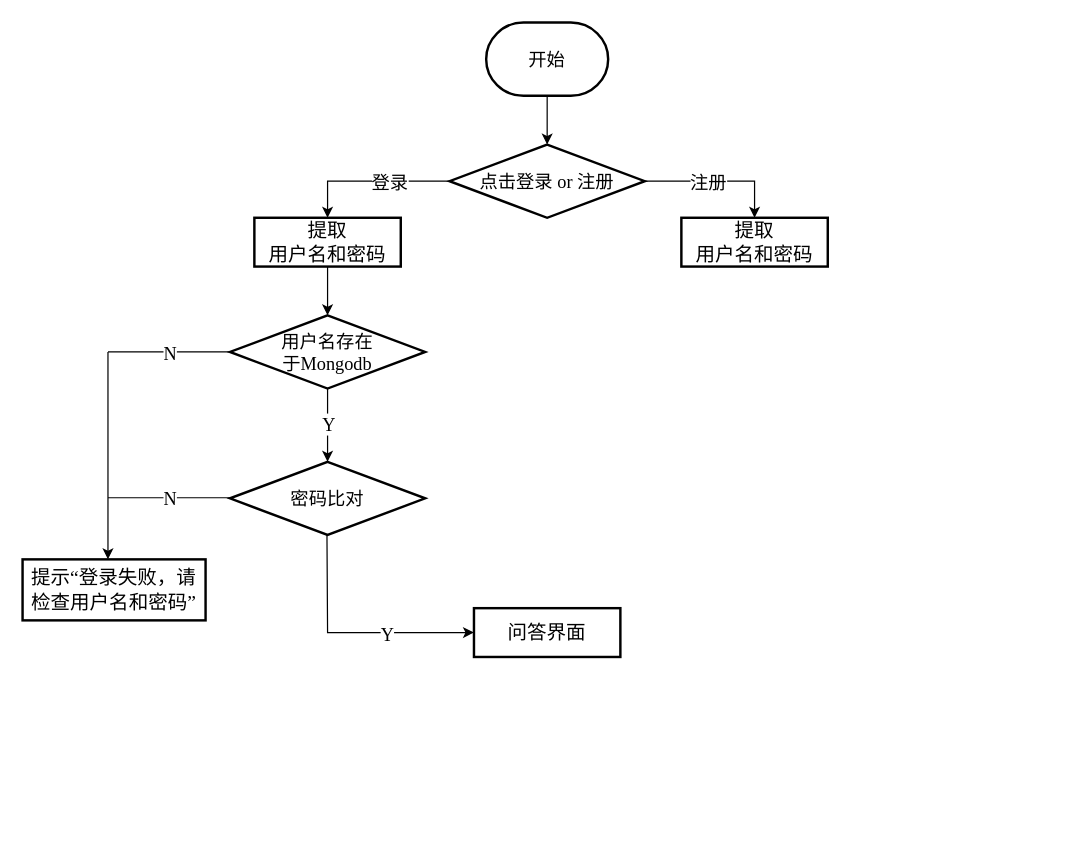
Earlier version of the draw.io diagram 登录界面.drawio (sjgcsf/software_engineering). Source tidied: cells renumbered, new cells numbered last; positions are measured from the earlier drawing's top-left corner, leaving out a move shared by most shapes. Both pictures are drawn from the tidied source at 122%, with x=0, y=0 at pixel (22, 22).
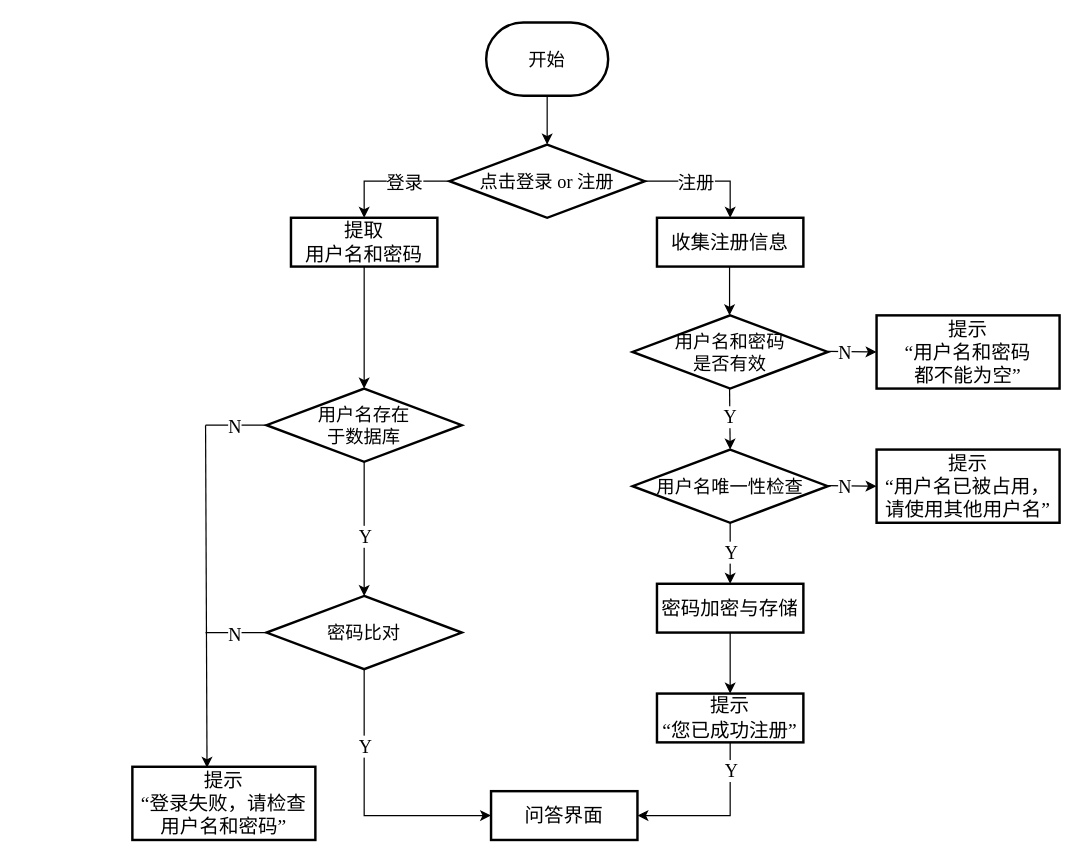
The same page after the edit.

Commit message (it also covers changes not shown here):
更新登录界面.drawio

Unchanged cells that the change refers to:
```xml
<mxCell id="3" value="&lt;font face=&quot;Times New Roman&quot; style=&quot;font-size: 15px;&quot;&gt;点击登录 or 注册&lt;/font&gt;" style="strokeWidth=2;html=1;shape=mxgraph.flowchart.decision;whiteSpace=wrap;strokeColor=default;align=center;verticalAlign=middle;fontFamily=Helvetica;fontSize=12;fontColor=default;fillColor=default;" parent="1" vertex="1">
  <mxGeometry x="350" y="100" width="160" height="60" as="geometry" />
</mxCell>
```

Change to the diagram source:
```diff
@@
-    <mxCell id="5" style="endArrow=classic;html=1;rounded=0;exitX=0;exitY=0.5;exitDx=0;exitDy=0;exitPerimeter=0;" parent="1" edge="1" source="3">
+    <mxCell id="5" style="endArrow=classic;html=1;rounded=0;" parent="1" edge="1">
       <mxGeometry relative="1" as="geometry">
-        <mxPoint x="250" y="160" as="targetPoint" />
+        <mxPoint x="350" y="130" as="sourcePoint" />
+        <mxPoint x="280" y="160" as="targetPoint" />
         <Array as="points">
-          <mxPoint x="250" y="130" />
+          <mxPoint x="280" y="130" />
         </Array>
       </mxGeometry>
     </mxCell>
@@
-    <mxCell id="7" style="endArrow=classic;html=1;rounded=0;exitX=1;exitY=0.5;exitDx=0;exitDy=0;exitPerimeter=0;" parent="1" edge="1" source="3">
+    <mxCell id="7" style="endArrow=classic;html=1;rounded=0;exitX=1;exitY=0.5;exitDx=0;exitDy=0;exitPerimeter=0;entryX=0.5;entryY=0;entryDx=0;entryDy=0;" parent="1" edge="1" source="3" target="10">
       <mxGeometry relative="1" as="geometry">
-        <mxPoint x="600" y="160" as="targetPoint" />
         <Array as="points">
-          <mxPoint x="600" y="130" />
+          <mxPoint x="580" y="130" />
         </Array>
       </mxGeometry>
     </mxCell>
     <mxCell id="8" value="&lt;font face=&quot;Times New Roman&quot; style=&quot;font-size: 15px;&quot;&gt;注册&lt;/font&gt;" style="edgeLabel;html=1;align=center;verticalAlign=middle;" parent="7" vertex="1">
       <mxGeometry x="-0.15" y="2" relative="1" as="geometry">
-        <mxPoint y="2" as="offset" />
+        <mxPoint x="-2" y="2" as="offset" />
       </mxGeometry>
     </mxCell>
     <mxCell id="9" value="&lt;font face=&quot;Times New Roman&quot; style=&quot;font-size: 16px;&quot;&gt;提取&lt;/font&gt;&lt;div&gt;&lt;font face=&quot;Times New Roman&quot; style=&quot;font-size: 16px;&quot;&gt;用户名和密码&lt;/font&gt;&lt;/div&gt;" style="rounded=0;whiteSpace=wrap;html=1;strokeColor=default;strokeWidth=2;align=center;verticalAlign=middle;fontFamily=Helvetica;fontSize=12;fontColor=default;fillColor=default;" parent="1" vertex="1">
-      <mxGeometry x="190" y="160" width="120" height="40" as="geometry" />
+      <mxGeometry x="220" y="160" width="120" height="40" as="geometry" />
     </mxCell>
-    <mxCell id="10" value="&lt;font face=&quot;Times New Roman&quot; style=&quot;font-size: 16px;&quot;&gt;提取&lt;/font&gt;&lt;div&gt;&lt;font face=&quot;Times New Roman&quot; style=&quot;font-size: 16px;&quot;&gt;用户名和密码&lt;/font&gt;&lt;/div&gt;" style="rounded=0;whiteSpace=wrap;html=1;strokeColor=default;strokeWidth=2;align=center;verticalAlign=middle;fontFamily=Helvetica;fontSize=12;fontColor=default;fillColor=default;" parent="1" vertex="1">
-      <mxGeometry x="540" y="160" width="120" height="40" as="geometry" />
+    <mxCell id="10" value="&lt;font face=&quot;Times New Roman&quot;&gt;&lt;span style=&quot;font-size: 16px;&quot;&gt;收集注册信息&lt;/span&gt;&lt;/font&gt;" style="rounded=0;whiteSpace=wrap;html=1;strokeColor=default;strokeWidth=2;align=center;verticalAlign=middle;fontFamily=Helvetica;fontSize=12;fontColor=default;fillColor=default;" parent="1" vertex="1">
+      <mxGeometry x="520" y="160" width="120" height="40" as="geometry" />
     </mxCell>
-    <mxCell id="11" value="&lt;font face=&quot;Times New Roman&quot;&gt;&lt;span style=&quot;font-size: 15px;&quot;&gt;用户名存在&lt;/span&gt;&lt;/font&gt;&lt;div&gt;&lt;font face=&quot;Times New Roman&quot;&gt;&lt;span style=&quot;font-size: 15px;&quot;&gt;于Mongodb&lt;/span&gt;&lt;/font&gt;&lt;br&gt;&lt;/div&gt;" style="strokeWidth=2;html=1;shape=mxgraph.flowchart.decision;whiteSpace=wrap;strokeColor=default;align=center;verticalAlign=middle;fontFamily=Helvetica;fontSize=12;fontColor=default;fillColor=default;" parent="1" vertex="1">
-      <mxGeometry x="170" y="240" width="160" height="60" as="geometry" />
+    <mxCell id="11" value="&lt;font face=&quot;Times New Roman&quot;&gt;&lt;span style=&quot;font-size: 15px;&quot;&gt;用户名存在&lt;/span&gt;&lt;/font&gt;&lt;div&gt;&lt;font face=&quot;Times New Roman&quot;&gt;&lt;span style=&quot;font-size: 15px;&quot;&gt;于数据库&lt;/span&gt;&lt;/font&gt;&lt;br&gt;&lt;/div&gt;" style="strokeWidth=2;html=1;shape=mxgraph.flowchart.decision;whiteSpace=wrap;strokeColor=default;align=center;verticalAlign=middle;fontFamily=Helvetica;fontSize=12;fontColor=default;fillColor=default;" parent="1" vertex="1">
+      <mxGeometry x="200" y="300" width="160" height="60" as="geometry" />
     </mxCell>
@@
     <mxCell id="13" style="endArrow=classic;html=1;rounded=0;exitX=0.5;exitY=1;exitDx=0;exitDy=0;exitPerimeter=0;" parent="1" edge="1" source="11">
       <mxGeometry relative="1" as="geometry">
-        <mxPoint x="250" y="360" as="targetPoint" />
+        <mxPoint x="280" y="360" as="targetPoint" />
       </mxGeometry>
     </mxCell>
-    <mxCell id="14" value="&lt;font face=&quot;Times New Roman&quot; style=&quot;font-size: 15px;&quot;&gt;Y&lt;/font&gt;" style="edgeLabel;html=1;align=center;verticalAlign=middle;" parent="13" vertex="1">
-      <mxGeometry x="-0.08" relative="1" as="geometry" />
-    </mxCell>
-    <mxCell id="15" style="endArrow=none;html=1;rounded=0;exitX=0;exitY=0.5;exitDx=0;exitDy=0;exitPerimeter=0;endFill=0;" parent="1" edge="1" source="11">
+    <mxCell id="15" style="endArrow=none;html=1;rounded=0;endFill=0;" parent="1" edge="1">
       <mxGeometry relative="1" as="geometry">
-        <mxPoint x="70" y="270" as="targetPoint" />
+        <mxPoint x="200" y="330" as="sourcePoint" />
+        <mxPoint x="150" y="330" as="targetPoint" />
       </mxGeometry>
     </mxCell>
@@
-    <mxCell id="17" value="&lt;div&gt;&lt;font face=&quot;Times New Roman&quot;&gt;&lt;span style=&quot;font-size: 15px;&quot;&gt;密码比对&lt;/span&gt;&lt;/font&gt;&lt;br&gt;&lt;/div&gt;" style="strokeWidth=2;html=1;shape=mxgraph.flowchart.decision;whiteSpace=wrap;strokeColor=default;align=center;verticalAlign=middle;fontFamily=Helvetica;fontSize=12;fontColor=default;fillColor=default;" parent="1" vertex="1">
-      <mxGeometry x="170" y="360" width="160" height="60" as="geometry" />
-    </mxCell>
-    <mxCell id="18" style="endArrow=classic;html=1;rounded=0;exitX=0.5;exitY=1;exitDx=0;exitDy=0;exitPerimeter=0;entryX=0;entryY=0.5;entryDx=0;entryDy=0;" parent="1" edge="1" target="20">
+    <mxCell id="18" style="endArrow=classic;html=1;rounded=0;exitX=0.5;exitY=1;exitDx=0;exitDy=0;exitPerimeter=0;entryX=0;entryY=0.5;entryDx=0;entryDy=0;" parent="1" edge="1" source="17" target="20">
       <mxGeometry relative="1" as="geometry">
-        <mxPoint x="249.5" y="420" as="sourcePoint" />
         <Array as="points">
-          <mxPoint x="250" y="500" />
+          <mxPoint x="280" y="650" />
         </Array>
       </mxGeometry>
     </mxCell>
-    <mxCell id="19" value="&lt;font face=&quot;Times New Roman&quot; style=&quot;font-size: 15px;&quot;&gt;Y&lt;/font&gt;" style="edgeLabel;html=1;align=center;verticalAlign=middle;" parent="18" vertex="1">
-      <mxGeometry x="-0.08" relative="1" as="geometry">
-        <mxPoint x="37" as="offset" />
-      </mxGeometry>
-    </mxCell>
+    <mxCell id="25" value="&lt;font face=&quot;Times New Roman&quot; style=&quot;font-size: 15px;&quot;&gt;Y&lt;/font&gt;" style="edgeLabel;html=1;align=center;verticalAlign=middle;" parent="18" vertex="1">
+      <mxGeometry x="-0.44" y="-1" relative="1" as="geometry">
+        <mxPoint x="1" y="-1" as="offset" />
+      </mxGeometry>
+    </mxCell>
     <mxCell id="20" value="&lt;font face=&quot;Times New Roman&quot;&gt;&lt;span style=&quot;font-size: 16px;&quot;&gt;问答界面&lt;/span&gt;&lt;/font&gt;" style="rounded=0;whiteSpace=wrap;html=1;strokeColor=default;strokeWidth=2;align=center;verticalAlign=middle;fontFamily=Helvetica;fontSize=12;fontColor=default;fillColor=default;" parent="1" vertex="1">
-      <mxGeometry x="370" y="480" width="120" height="40" as="geometry" />
+      <mxGeometry x="384" y="630" width="120" height="40" as="geometry" />
     </mxCell>
-    <mxCell id="21" style="endArrow=none;html=1;rounded=0;exitX=0;exitY=0.5;exitDx=0;exitDy=0;exitPerimeter=0;endFill=0;" parent="1" edge="1">
+    <mxCell id="21" style="endArrow=none;html=1;rounded=0;exitX=0;exitY=0.5;exitDx=0;exitDy=0;exitPerimeter=0;endFill=0;" parent="1" edge="1" source="17">
       <mxGeometry relative="1" as="geometry">
-        <mxPoint x="170" y="389.5" as="sourcePoint" />
-        <mxPoint x="70" y="389.5" as="targetPoint" />
+        <mxPoint x="150" y="500" as="targetPoint" />
       </mxGeometry>
     </mxCell>
@@
-    <mxCell id="23" value="&lt;font face=&quot;Times New Roman&quot;&gt;&lt;span style=&quot;font-size: 16px;&quot;&gt;提示“登录失败，请检查用户名和密码”&lt;/span&gt;&lt;/font&gt;" style="rounded=0;whiteSpace=wrap;html=1;strokeColor=default;strokeWidth=2;align=center;verticalAlign=middle;fontFamily=Helvetica;fontSize=12;fontColor=default;fillColor=default;" parent="1" vertex="1">
-      <mxGeometry y="440" width="150" height="50" as="geometry" />
+    <mxCell id="23" value="&lt;font face=&quot;Times New Roman&quot;&gt;&lt;span style=&quot;font-size: 16px;&quot;&gt;提示&lt;/span&gt;&lt;/font&gt;&lt;div&gt;&lt;font face=&quot;Times New Roman&quot;&gt;&lt;span style=&quot;font-size: 16px;&quot;&gt;“登录失败，&lt;/span&gt;&lt;/font&gt;&lt;span style=&quot;font-size: 16px; font-family: &amp;quot;Times New Roman&amp;quot;; background-color: initial;&quot;&gt;请检查用户名和密码”&lt;/span&gt;&lt;/div&gt;" style="rounded=0;whiteSpace=wrap;html=1;strokeColor=default;strokeWidth=2;align=center;verticalAlign=middle;fontFamily=Helvetica;fontSize=12;fontColor=default;fillColor=default;" parent="1" vertex="1">
+      <mxGeometry x="90" y="610" width="150" height="60" as="geometry" />
     </mxCell>
-    <mxCell id="24" style="endArrow=classic;html=1;rounded=0;" parent="1" edge="1">
-      <mxGeometry relative="1" as="geometry">
-        <mxPoint x="70" y="270" as="sourcePoint" />
-        <mxPoint x="70" y="440" as="targetPoint" />
-      </mxGeometry>
-    </mxCell>
+    <mxCell id="26" value="&lt;div&gt;&lt;font face=&quot;Times New Roman&quot;&gt;&lt;span style=&quot;font-size: 15px;&quot;&gt;用户名和密码&lt;/span&gt;&lt;/font&gt;&lt;/div&gt;&lt;div&gt;&lt;font face=&quot;Times New Roman&quot;&gt;&lt;span style=&quot;font-size: 15px;&quot;&gt;是否有效&lt;/span&gt;&lt;/font&gt;&lt;br&gt;&lt;/div&gt;" style="strokeWidth=2;html=1;shape=mxgraph.flowchart.decision;whiteSpace=wrap;strokeColor=default;align=center;verticalAlign=middle;fontFamily=Helvetica;fontSize=12;fontColor=default;fillColor=default;" parent="1" vertex="1">
+      <mxGeometry x="500" y="240" width="160" height="60" as="geometry" />
+    </mxCell>
+    <mxCell id="27" style="endArrow=classic;html=1;rounded=0;exitX=0.5;exitY=1;exitDx=0;exitDy=0;entryX=0.5;entryY=0;entryDx=0;entryDy=0;entryPerimeter=0;" parent="1" edge="1">
+      <mxGeometry relative="1" as="geometry">
+        <mxPoint x="579.5" y="200" as="sourcePoint" />
+        <mxPoint x="579.5" y="240" as="targetPoint" />
+      </mxGeometry>
+    </mxCell>
+    <mxCell id="28" style="endArrow=classic;html=1;rounded=0;exitX=0.5;exitY=1;exitDx=0;exitDy=0;exitPerimeter=0;entryX=0.5;entryY=0;entryDx=0;entryDy=0;entryPerimeter=0;" parent="1" edge="1" target="32">
+      <mxGeometry relative="1" as="geometry">
+        <mxPoint x="579.5" y="300" as="sourcePoint" />
+      </mxGeometry>
+    </mxCell>
+    <mxCell id="29" value="&lt;font face=&quot;Times New Roman&quot; style=&quot;font-size: 15px;&quot;&gt;Y&lt;/font&gt;" style="edgeLabel;html=1;align=center;verticalAlign=middle;" parent="28" vertex="1">
+      <mxGeometry x="-0.08" relative="1" as="geometry" />
+    </mxCell>
+    <mxCell id="30" style="endArrow=classic;html=1;rounded=0;exitX=0;exitY=0.5;exitDx=0;exitDy=0;exitPerimeter=0;endFill=1;entryX=0;entryY=0.5;entryDx=0;entryDy=0;" parent="1" edge="1" target="44">
+      <mxGeometry relative="1" as="geometry">
+        <mxPoint x="660" y="269.5" as="sourcePoint" />
+      </mxGeometry>
+    </mxCell>
+    <mxCell id="31" value="&lt;font face=&quot;Times New Roman&quot; style=&quot;font-size: 15px;&quot;&gt;N&lt;/font&gt;" style="edgeLabel;html=1;align=center;verticalAlign=middle;" parent="30" vertex="1">
+      <mxGeometry x="-0.08" relative="1" as="geometry">
+        <mxPoint x="-4" as="offset" />
+      </mxGeometry>
+    </mxCell>
+    <mxCell id="32" value="&lt;div&gt;&lt;font face=&quot;Times New Roman&quot;&gt;&lt;span style=&quot;font-size: 15px;&quot;&gt;用户名唯一性检查&lt;/span&gt;&lt;/font&gt;&lt;br&gt;&lt;/div&gt;" style="strokeWidth=2;html=1;shape=mxgraph.flowchart.decision;whiteSpace=wrap;strokeColor=default;align=center;verticalAlign=middle;fontFamily=Helvetica;fontSize=12;fontColor=default;fillColor=default;" parent="1" vertex="1">
+      <mxGeometry x="500" y="350" width="160" height="60" as="geometry" />
+    </mxCell>
+    <mxCell id="33" style="endArrow=classic;html=1;rounded=0;exitX=0.5;exitY=1;exitDx=0;exitDy=0;exitPerimeter=0;entryX=0.5;entryY=0;entryDx=0;entryDy=0;" parent="1" edge="1" source="32" target="37">
+      <mxGeometry relative="1" as="geometry" />
+    </mxCell>
+    <mxCell id="34" value="&lt;font face=&quot;Times New Roman&quot; style=&quot;font-size: 15px;&quot;&gt;Y&lt;/font&gt;" style="edgeLabel;html=1;align=center;verticalAlign=middle;" parent="33" vertex="1">
+      <mxGeometry x="-0.08" relative="1" as="geometry" />
+    </mxCell>
+    <mxCell id="35" style="endArrow=classic;html=1;rounded=0;exitX=0;exitY=0.5;exitDx=0;exitDy=0;exitPerimeter=0;endFill=1;entryX=0;entryY=0.5;entryDx=0;entryDy=0;" parent="1" edge="1" target="45">
+      <mxGeometry relative="1" as="geometry">
+        <mxPoint x="660" y="379.5" as="sourcePoint" />
+      </mxGeometry>
+    </mxCell>
+    <mxCell id="36" value="&lt;font face=&quot;Times New Roman&quot; style=&quot;font-size: 15px;&quot;&gt;N&lt;/font&gt;" style="edgeLabel;html=1;align=center;verticalAlign=middle;" parent="35" vertex="1">
+      <mxGeometry x="-0.08" relative="1" as="geometry">
+        <mxPoint x="-4" as="offset" />
+      </mxGeometry>
+    </mxCell>
+    <mxCell id="37" value="&lt;font face=&quot;Times New Roman&quot;&gt;&lt;span style=&quot;font-size: 16px;&quot;&gt;密码加密与存储&lt;/span&gt;&lt;/font&gt;" style="rounded=0;whiteSpace=wrap;html=1;strokeColor=default;strokeWidth=2;align=center;verticalAlign=middle;fontFamily=Helvetica;fontSize=12;fontColor=default;fillColor=default;" parent="1" vertex="1">
+      <mxGeometry x="520" y="460" width="120" height="40" as="geometry" />
+    </mxCell>
+    <mxCell id="38" style="endArrow=classic;html=1;rounded=0;exitX=0.5;exitY=1;exitDx=0;exitDy=0;entryX=0.5;entryY=0;entryDx=0;entryDy=0;" parent="1" edge="1" source="37" target="39">
+      <mxGeometry relative="1" as="geometry" />
+    </mxCell>
+    <mxCell id="39" value="&lt;font face=&quot;Times New Roman&quot;&gt;&lt;span style=&quot;font-size: 16px;&quot;&gt;提示&lt;/span&gt;&lt;/font&gt;&lt;div&gt;&lt;font face=&quot;Times New Roman&quot;&gt;&lt;span style=&quot;font-size: 16px;&quot;&gt;“您已成功注册”&lt;/span&gt;&lt;/font&gt;&lt;/div&gt;" style="rounded=0;whiteSpace=wrap;html=1;strokeColor=default;strokeWidth=2;align=center;verticalAlign=middle;fontFamily=Helvetica;fontSize=12;fontColor=default;fillColor=default;" parent="1" vertex="1">
+      <mxGeometry x="520" y="550" width="120" height="40" as="geometry" />
+    </mxCell>
+    <mxCell id="40" style="endArrow=classic;html=1;rounded=0;exitX=0.5;exitY=1;exitDx=0;exitDy=0;exitPerimeter=0;entryX=0.5;entryY=0;entryDx=0;entryDy=0;entryPerimeter=0;" parent="1" edge="1" source="11" target="17">
+      <mxGeometry relative="1" as="geometry" />
+    </mxCell>
+    <mxCell id="41" value="&lt;font face=&quot;Times New Roman&quot; style=&quot;font-size: 15px;&quot;&gt;Y&lt;/font&gt;" style="edgeLabel;html=1;align=center;verticalAlign=middle;" parent="40" vertex="1">
+      <mxGeometry x="-0.08" relative="1" as="geometry">
+        <mxPoint y="9" as="offset" />
+      </mxGeometry>
+    </mxCell>
+    <mxCell id="17" value="&lt;div&gt;&lt;font face=&quot;Times New Roman&quot;&gt;&lt;span style=&quot;font-size: 15px;&quot;&gt;密码比对&lt;/span&gt;&lt;/font&gt;&lt;br&gt;&lt;/div&gt;" style="strokeWidth=2;html=1;shape=mxgraph.flowchart.decision;whiteSpace=wrap;strokeColor=default;align=center;verticalAlign=middle;fontFamily=Helvetica;fontSize=12;fontColor=default;fillColor=default;" parent="1" vertex="1">
+      <mxGeometry x="200" y="470" width="160" height="60" as="geometry" />
+    </mxCell>
+    <mxCell id="42" style="endArrow=classic;html=1;rounded=0;exitX=0.5;exitY=1;exitDx=0;exitDy=0;entryX=1;entryY=0.5;entryDx=0;entryDy=0;" parent="1" edge="1" source="39" target="20">
+      <mxGeometry relative="1" as="geometry">
+        <Array as="points">
+          <mxPoint x="580" y="650" />
+        </Array>
+      </mxGeometry>
+    </mxCell>
+    <mxCell id="43" value="&lt;font face=&quot;Times New Roman&quot; style=&quot;font-size: 15px;&quot;&gt;Y&lt;/font&gt;" style="edgeLabel;html=1;align=center;verticalAlign=middle;" parent="42" vertex="1">
+      <mxGeometry x="-0.44" y="-1" relative="1" as="geometry">
+        <mxPoint x="1" y="-16" as="offset" />
+      </mxGeometry>
+    </mxCell>
+    <mxCell id="44" value="&lt;font face=&quot;Times New Roman&quot;&gt;&lt;span style=&quot;font-size: 16px;&quot;&gt;提示&lt;/span&gt;&lt;/font&gt;&lt;div&gt;&lt;font face=&quot;Times New Roman&quot;&gt;&lt;span style=&quot;font-size: 16px;&quot;&gt;“用户名和密码&lt;/span&gt;&lt;/font&gt;&lt;/div&gt;&lt;div&gt;&lt;font face=&quot;Times New Roman&quot;&gt;&lt;span style=&quot;font-size: 16px;&quot;&gt;都不能为空”&lt;/span&gt;&lt;/font&gt;&lt;/div&gt;" style="rounded=0;whiteSpace=wrap;html=1;strokeColor=default;strokeWidth=2;align=center;verticalAlign=middle;fontFamily=Helvetica;fontSize=12;fontColor=default;fillColor=default;" parent="1" vertex="1">
+      <mxGeometry x="700" y="240" width="150" height="60" as="geometry" />
+    </mxCell>
+    <mxCell id="45" value="&lt;font face=&quot;Times New Roman&quot;&gt;&lt;span style=&quot;font-size: 16px;&quot;&gt;提示&lt;/span&gt;&lt;/font&gt;&lt;div&gt;&lt;font face=&quot;Times New Roman&quot;&gt;&lt;span style=&quot;font-size: 16px;&quot;&gt;“用户名已被占用，&lt;/span&gt;&lt;/font&gt;&lt;div&gt;&lt;font face=&quot;Times New Roman&quot;&gt;&lt;span style=&quot;font-size: 16px;&quot;&gt;请使用其他用户名”&lt;/span&gt;&lt;/font&gt;&lt;/div&gt;&lt;/div&gt;" style="rounded=0;whiteSpace=wrap;html=1;strokeColor=default;strokeWidth=2;align=center;verticalAlign=middle;fontFamily=Helvetica;fontSize=12;fontColor=default;fillColor=default;" parent="1" vertex="1">
+      <mxGeometry x="700" y="350" width="150" height="60" as="geometry" />
+    </mxCell>
+    <mxCell id="46" style="endArrow=classic;html=1;rounded=0;entryX=0.408;entryY=0.013;entryDx=0;entryDy=0;entryPerimeter=0;" parent="1" edge="1" target="23">
+      <mxGeometry relative="1" as="geometry">
+        <mxPoint x="150" y="330" as="sourcePoint" />
+      </mxGeometry>
+    </mxCell>
```
